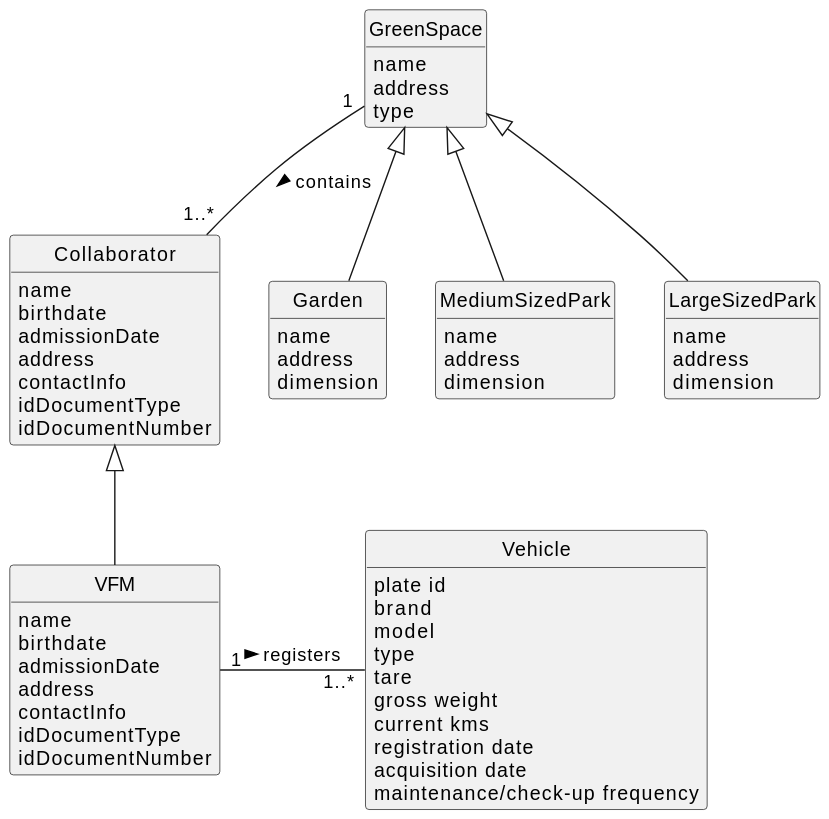
Earlier version of the PlantUML export docs/sprintA/us006/02.analysis/svg/us006-domain-model.svg (diogoveirospro/lei-24-s2-1dg-g072).
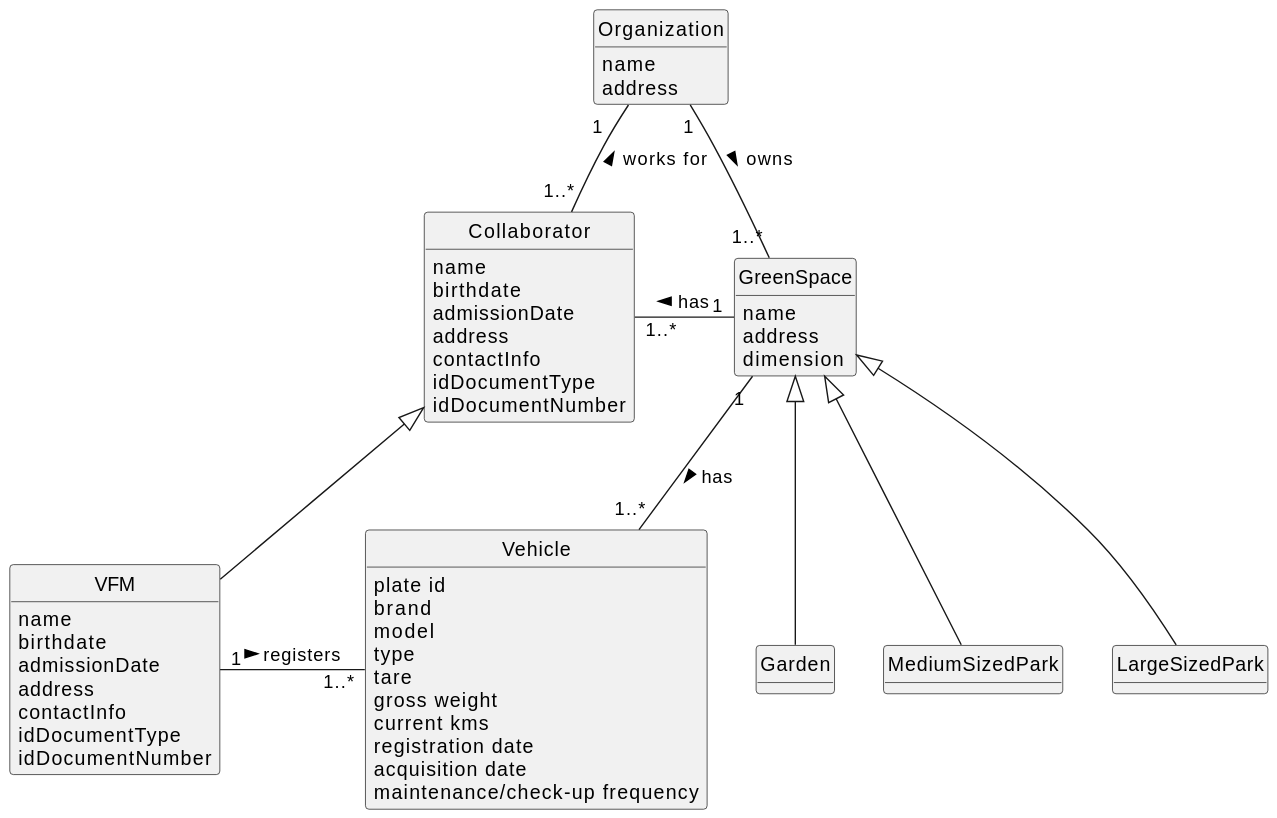
The same file after the commit.

Commit message:
Made chances in the domain model of US006 and US007

Change to the diagram source:
```diff
@@ -16,6 +16,11 @@
     contactInfo
     idDocumentType
     idDocumentNumber
+}
+
+class Organization{
+    name
+    address
 }
 
 class VFM{
@@ -44,31 +49,25 @@
 class GreenSpace {
     name
     address
-    type
+    dimension
 }
 
 class Garden {
-    name
-    address
-    dimension
 }
 
 class MediumSizedPark {
-    name
-    address
-    dimension
 }
 
 class LargeSizedPark {
-    name
-    address
-    dimension
 }
 
 Collaborator <|-- VFM
 VFM "1"-"   1..*" Vehicle: registers >
-GreenSpace "1" -- "1..*" Collaborator: contains >
+Collaborator "1..*" - "1" GreenSpace: has <
+GreenSpace "1" -- "1..*" Vehicle: has >
 GreenSpace <|-- Garden
 GreenSpace <|-- MediumSizedPark
 GreenSpace <|-- LargeSizedPark
+Organization "1" -- "1..*" GreenSpace: owns >
+Organization "1   " -- "1..*" Collaborator: works for <
 @enduml
```
